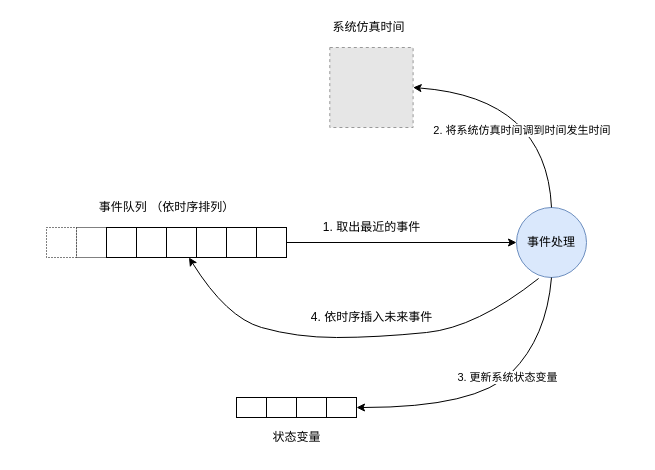
Above: DES Diagram.drawio in zhanyeye/diagrams (draw.io), before the change. Source tidied: cells renumbered, new cells numbered last; positions are measured from the earlier drawing's top-left corner, leaving out a move shared by most shapes. Both pictures are drawn from the tidied source at 100%, with x=0, y=0 at pixel (46, 17). Pictures stored in the file or linked from it are replaced by grey dashed boxes.
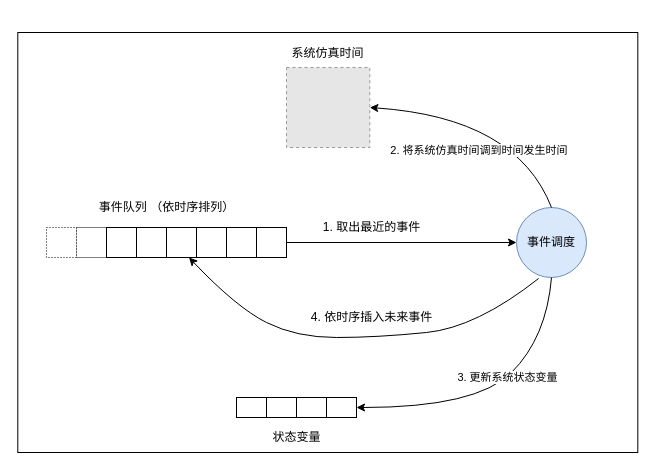
The same diagram, later.

Unchanged cells that the change refers to:
```xml
<mxCell id="25" style="whiteSpace=wrap;html=1;strokeWidth=1;" parent="21" vertex="1">
  <mxGeometry x="120" width="30" height="30" as="geometry" />
</mxCell>
```

Change to the diagram source:
```diff
@@
+    <mxCell id="30" style="rounded=0;whiteSpace=wrap;html=1;" parent="1" vertex="1">
+      <mxGeometry x="-28.7" y="15" width="620" height="420" as="geometry" />
+    </mxCell>
-    <mxCell id="2" value="事件处理" style="ellipse;whiteSpace=wrap;html=1;strokeWidth=1;fillColor=#dae8fc;strokeColor=#6c8ebf;" parent="1" vertex="1">
+    <mxCell id="2" value="事件调度" style="ellipse;whiteSpace=wrap;html=1;strokeWidth=1;fillColor=#dae8fc;strokeColor=#6c8ebf;" parent="1" vertex="1">
       <mxGeometry x="470" y="190" width="70" height="70" as="geometry" />
     </mxCell>
     <mxCell id="3" style="fillColor=#E6E6E6;strokeColor=#999999;dashed=1;verticalLabelPosition=bottom;labelBackgroundColor=#ffffff;verticalAlign=top;" parent="1" vertex="1">
-      <mxGeometry x="283.3" y="30" width="83.3" height="80" as="geometry" />
+      <mxGeometry x="240" y="50" width="83.3" height="80" as="geometry" />
     </mxCell>
@@
     <mxCell id="6" style="curved=1;endArrow=classic;html=1;exitX=0.5;exitY=0;exitDx=0;exitDy=0;entryX=1;entryY=0.5;entryDx=0;entryDy=0;" parent="1" edge="1" source="2" target="3">
       <mxGeometry relative="1" as="geometry">
         <Array as="points">
-          <mxPoint x="500" y="80" />
+          <mxPoint x="470" y="100" />
         </Array>
       </mxGeometry>
     </mxCell>
@@
     <mxCell id="8" value="系统仿真时间" style="text;html=1;align=center;verticalAlign=middle;" parent="1" vertex="1">
-      <mxGeometry x="276.7" width="90" height="20" as="geometry" />
+      <mxGeometry x="236.3" y="26" width="90" height="20" as="geometry" />
     </mxCell>
@@
     <mxCell id="15" style="curved=1;endArrow=classic;html=1;entryX=0.75;entryY=1;entryDx=0;entryDy=0;exitX=0.316;exitY=1.014;exitDx=0;exitDy=0;exitPerimeter=0;" parent="1" edge="1" source="2" target="25">
       <mxGeometry relative="1" as="geometry">
         <Array as="points">
           <mxPoint x="430" y="310" />
           <mxPoint x="330" y="320" />
           <mxPoint x="250" y="320" />
-          <mxPoint x="180" y="300" />
+          <mxPoint x="190" y="290" />
         </Array>
       </mxGeometry>
     </mxCell>
```
